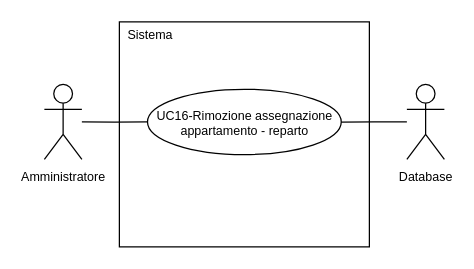
The draw.io diagram 2-RTB/Documenti_esterni/Analisi_dei_requisiti/draw.io/UC16.drawio in SnakeByteTeam/snakebyteteam.github.io, before the edit. Source tidied: cells renumbered, new cells numbered last; positions are measured from the earlier drawing's top-left corner, leaving out a move shared by most shapes. Both pictures are drawn from the tidied source at 125%, with x=0, y=0 at pixel (44, 21).
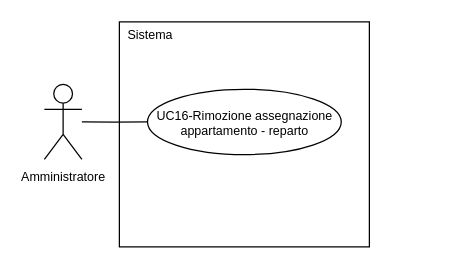
Above is the later version.

Diff of the diagram source:
```diff
@@
 <mxGraphModel>
   <root>
     <mxCell id="0" />
     <mxCell id="1" parent="0" />
     <mxCell id="2" value="&lt;font style=&quot;font-size: 10px; line-height: 100%;&quot;&gt;Amministratore&lt;/font&gt;" style="shape=umlActor;verticalLabelPosition=bottom;verticalAlign=top;html=1;outlineConnect=0;" parent="1" vertex="1">
       <mxGeometry y="50" width="30" height="60" as="geometry" />
     </mxCell>
     <mxCell id="3" style="rounded=0;whiteSpace=wrap;html=1;" parent="1" vertex="1">
       <mxGeometry x="60" width="200" height="180" as="geometry" />
     </mxCell>
     <mxCell id="4" style="edgeStyle=orthogonalEdgeStyle;rounded=0;jettySize=auto;html=1;exitX=0;exitY=0.5;exitDx=0;exitDy=0;endArrow=none;endFill=0;" parent="1" edge="1" source="5" target="2">
       <mxGeometry relative="1" as="geometry" />
     </mxCell>
     <mxCell id="5" value="&lt;div style=&quot;line-height: 100%;&quot;&gt;&lt;font style=&quot;line-height: 100%; font-size: 10px;&quot;&gt;UC16-Rimozione assegnazione&lt;/font&gt;&lt;/div&gt;&lt;div style=&quot;line-height: 100%;&quot;&gt;&lt;font style=&quot;line-height: 100%; font-size: 10px;&quot;&gt;appartamento - reparto&lt;/font&gt;&lt;/div&gt;" style="ellipse;whiteSpace=wrap;html=1;" parent="1" vertex="1">
       <mxGeometry x="82.5" y="53.9" width="155" height="52.3" as="geometry" />
     </mxCell>
     <mxCell id="6" value="&lt;font style=&quot;font-size: 10px;&quot;&gt;Sistema&lt;/font&gt;" style="text;html=1;whiteSpace=wrap;strokeColor=none;fillColor=none;align=center;verticalAlign=middle;rounded=0;" parent="1" vertex="1">
       <mxGeometry x="60" width="50" height="20" as="geometry" />
     </mxCell>
-    <mxCell id="7" style="edgeStyle=orthogonalEdgeStyle;rounded=0;jettySize=auto;html=1;endArrow=none;endFill=0;" parent="1" edge="1" source="8" target="5">
-      <mxGeometry relative="1" as="geometry" />
-    </mxCell>
-    <mxCell id="8" value="&lt;font style=&quot;font-size: 10px; line-height: 100%;&quot;&gt;Database&lt;/font&gt;" style="shape=umlActor;verticalLabelPosition=bottom;verticalAlign=top;html=1;outlineConnect=0;" parent="1" vertex="1">
-      <mxGeometry x="290" y="50" width="30" height="60" as="geometry" />
-    </mxCell>
   </root>
 </mxGraphModel>
```
